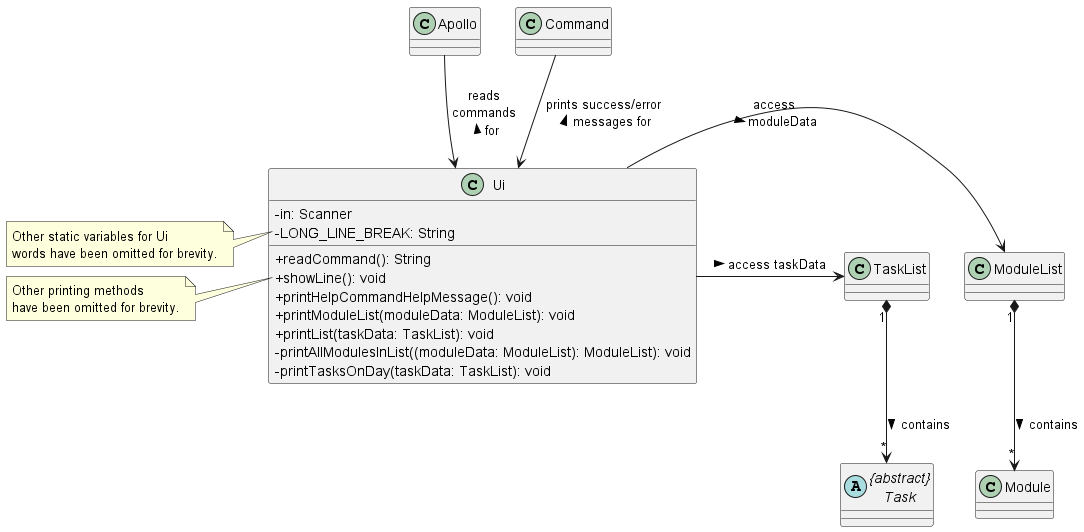
This is docs/uml-diagrams/Ui.png from nus-cs2113-AY2223S2/tp, a PlantUML export, as it was before one commit.
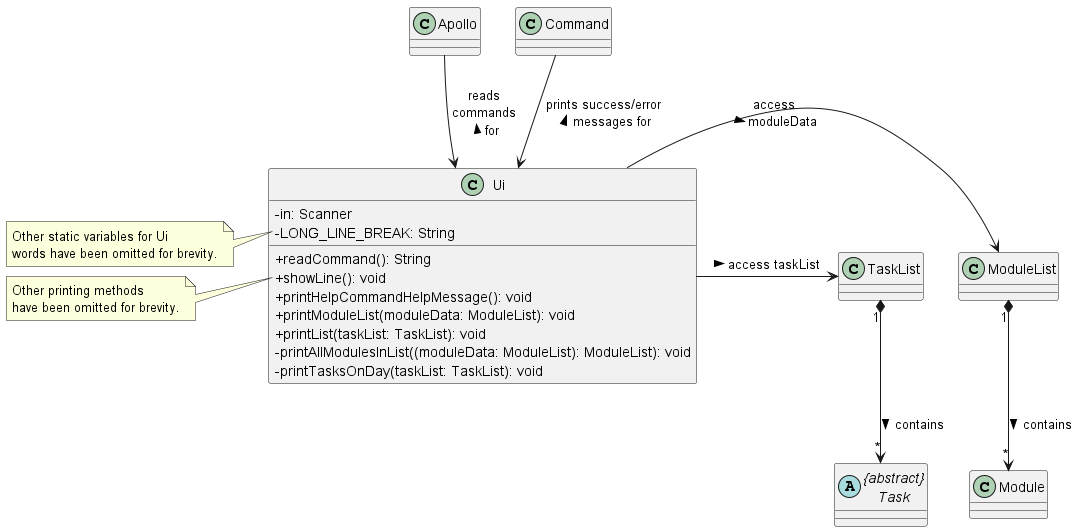
After the commit.

Commit message:
Update incorrect naming

What changed in the source:
```diff
@@ -12,9 +12,9 @@
 + showLine(): void
 + printHelpCommandHelpMessage(): void
 + printModuleList(moduleData: ModuleList): void
-+ printList(taskData: TaskList): void
++ printList(taskList: TaskList): void
 - printAllModulesInList((moduleData: ModuleList): ModuleList): void
-- printTasksOnDay(taskData: TaskList): void
+- printTasksOnDay(taskList: TaskList): void
 }
 
 note left of Ui::LONG_LINE_BREAK
@@ -32,7 +32,7 @@
 ModuleList "1" *--> "*" Module : contains >
 
 abstract class "{abstract}\nTask" as Task
-Ui -> TaskList : access taskData >
+Ui -> TaskList : access taskList >
 TaskList "1" *--> "*" Task : contains >
 
 @enduml
```
